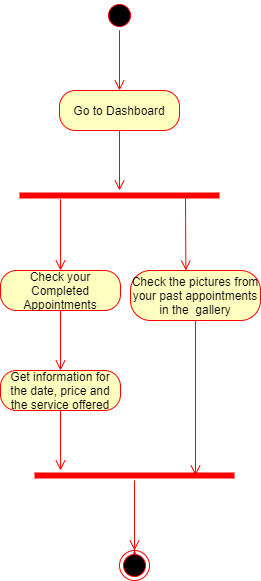
Above: Diagrams/Activity Diagrams FINAL/AC_27-30_View Completed Appointments, Client Gallery.png in kkasharaj17/SE-project (draw.io), before the change. Source tidied: cells renumbered, new cells last; positions are measured from the earlier drawing's top-left corner, leaving out a move shared by most shapes.
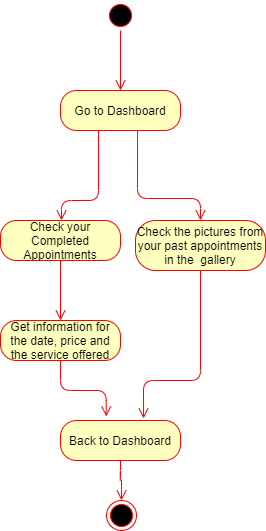
After the change.

What changed in the source:
```diff
@@ -13,62 +13,59 @@
     <mxCell id="4" value="Go to Dashboard" style="rounded=1;whiteSpace=wrap;html=1;arcSize=40;fontColor=#000000;fillColor=#ffffc0;strokeColor=#ff0000;" parent="1" vertex="1">
       <mxGeometry x="59" y="90" width="120" height="40" as="geometry" />
     </mxCell>
-    <mxCell id="5" style="edgeStyle=orthogonalEdgeStyle;html=1;verticalAlign=bottom;endArrow=open;endSize=8;strokeColor=#ff0000;" parent="1" edge="1" source="4">
-      <mxGeometry relative="1" as="geometry">
-        <mxPoint x="119" y="190" as="targetPoint" />
-      </mxGeometry>
-    </mxCell>
-    <mxCell id="6" style="shape=line;html=1;strokeWidth=6;strokeColor=#ff0000;" parent="1" vertex="1">
-      <mxGeometry x="19" y="190" width="200" height="10" as="geometry" />
-    </mxCell>
-    <mxCell id="7" style="edgeStyle=orthogonalEdgeStyle;html=1;verticalAlign=bottom;endArrow=open;endSize=8;strokeColor=#ff0000;exitX=0.205;exitY=0.867;exitDx=0;exitDy=0;exitPerimeter=0;" parent="1" edge="1" source="6">
+    <mxCell id="7" style="edgeStyle=orthogonalEdgeStyle;html=1;verticalAlign=bottom;endArrow=open;endSize=8;strokeColor=#ff0000;" parent="1" edge="1">
       <mxGeometry relative="1" as="geometry">
-        <mxPoint x="60" y="270" as="targetPoint" />
+        <mxPoint x="97" y="130" as="sourcePoint" />
+        <mxPoint x="60" y="220" as="targetPoint" />
+        <Array as="points">
+          <mxPoint x="97" y="200" />
+          <mxPoint x="60" y="200" />
+        </Array>
       </mxGeometry>
     </mxCell>
-    <mxCell id="8" style="edgeStyle=orthogonalEdgeStyle;html=1;verticalAlign=bottom;endArrow=open;endSize=8;strokeColor=#ff0000;entryX=0.426;entryY=0;entryDx=0;entryDy=0;entryPerimeter=0;" parent="1" edge="1" target="11">
+    <mxCell id="8" style="edgeStyle=orthogonalEdgeStyle;html=1;verticalAlign=bottom;endArrow=open;endSize=8;strokeColor=#ff0000;entryX=0.5;entryY=0;entryDx=0;entryDy=0;exitX=0.642;exitY=1.017;exitDx=0;exitDy=0;exitPerimeter=0;" parent="1" edge="1" source="4" target="11">
       <mxGeometry relative="1" as="geometry">
-        <mxPoint x="185" y="198" as="sourcePoint" />
         <Array as="points">
-          <mxPoint x="185" y="198" />
+          <mxPoint x="136" y="198" />
+          <mxPoint x="199" y="198" />
         </Array>
       </mxGeometry>
     </mxCell>
     <mxCell id="9" value="Check your Completed Appointments" style="rounded=1;whiteSpace=wrap;html=1;arcSize=40;fontColor=#000000;fillColor=#ffffc0;strokeColor=#ff0000;" parent="1" vertex="1">
-      <mxGeometry y="270" width="120" height="40" as="geometry" />
+      <mxGeometry x="-1" y="220" width="120" height="40" as="geometry" />
     </mxCell>
-    <mxCell id="10" style="edgeStyle=orthogonalEdgeStyle;html=1;verticalAlign=bottom;endArrow=open;endSize=8;strokeColor=#ff0000;" parent="1" edge="1" source="9">
-      <mxGeometry relative="1" as="geometry">
-        <mxPoint x="60" y="370" as="targetPoint" />
-      </mxGeometry>
-    </mxCell>
     <mxCell id="11" value="Check the pictures from your past appointments in the&amp;nbsp; gallery" style="rounded=1;whiteSpace=wrap;html=1;arcSize=40;fontColor=#000000;fillColor=#ffffc0;strokeColor=#ff0000;" parent="1" vertex="1">
-      <mxGeometry x="130" y="270" width="130" height="50" as="geometry" />
+      <mxGeometry x="134" y="220" width="130" height="50" as="geometry" />
     </mxCell>
-    <mxCell id="12" style="edgeStyle=orthogonalEdgeStyle;html=1;verticalAlign=bottom;endArrow=open;endSize=8;strokeColor=#ff0000;entryX=0.805;entryY=0.5;entryDx=0;entryDy=0;entryPerimeter=0;" parent="1" edge="1" source="11" target="15">
-      <mxGeometry relative="1" as="geometry" />
+    <mxCell id="12" style="edgeStyle=orthogonalEdgeStyle;html=1;verticalAlign=bottom;endArrow=open;endSize=8;strokeColor=#ff0000;entryX=0.692;entryY=-0.05;entryDx=0;entryDy=0;entryPerimeter=0;" parent="1" edge="1" source="11" target="20">
+      <mxGeometry relative="1" as="geometry">
+        <Array as="points">
+          <mxPoint x="199" y="380" />
+          <mxPoint x="142" y="380" />
+        </Array>
+      </mxGeometry>
     </mxCell>
+    <mxCell id="14" style="edgeStyle=orthogonalEdgeStyle;html=1;verticalAlign=bottom;endArrow=open;endSize=8;strokeColor=#ff0000;entryX=0.381;entryY=-0.1;entryDx=0;entryDy=0;entryPerimeter=0;" parent="1" edge="1" source="13" target="20">
+      <mxGeometry relative="1" as="geometry" />
+    </mxCell>
+    <mxCell id="17" style="ellipse;html=1;shape=endState;fillColor=#000000;strokeColor=#ff0000;" parent="1" vertex="1">
+      <mxGeometry x="105" y="500" width="30" height="30" as="geometry" />
+    </mxCell>
     <mxCell id="13" value="Get information for the date, price and the service offered" style="rounded=1;whiteSpace=wrap;html=1;arcSize=40;fontColor=#000000;fillColor=#ffffc0;strokeColor=#ff0000;" parent="1" vertex="1">
-      <mxGeometry y="370" width="120" height="40" as="geometry" />
+      <mxGeometry x="-1" y="320" width="120" height="40" as="geometry" />
     </mxCell>
-    <mxCell id="14" style="edgeStyle=orthogonalEdgeStyle;html=1;verticalAlign=bottom;endArrow=open;endSize=8;strokeColor=#ff0000;" parent="1" edge="1" source="13">
-      <mxGeometry relative="1" as="geometry">
-        <mxPoint x="60" y="470" as="targetPoint" />
-      </mxGeometry>
-    </mxCell>
-    <mxCell id="15" style="shape=line;html=1;strokeWidth=6;strokeColor=#ff0000;" parent="1" vertex="1">
-      <mxGeometry x="34" y="470" width="200" height="10" as="geometry" />
-    </mxCell>
-    <mxCell id="16" style="edgeStyle=orthogonalEdgeStyle;html=1;verticalAlign=bottom;endArrow=open;endSize=8;strokeColor=#ff0000;" parent="1" edge="1" source="17">
-      <mxGeometry relative="1" as="geometry">
-        <mxPoint x="134" y="550" as="targetPoint" />
-      </mxGeometry>
-    </mxCell>
-    <mxCell id="17" style="ellipse;html=1;shape=endState;fillColor=#000000;strokeColor=#ff0000;" parent="1" vertex="1">
-      <mxGeometry x="119" y="550" width="30" height="30" as="geometry" />
-    </mxCell>
-    <mxCell id="18" style="edgeStyle=orthogonalEdgeStyle;html=1;verticalAlign=bottom;endArrow=open;endSize=8;strokeColor=#ff0000;" parent="1" edge="1" source="15" target="17">
-      <mxGeometry relative="1" as="geometry" />
-    </mxCell>
+    <mxCell id="19" style="edgeStyle=orthogonalEdgeStyle;html=1;verticalAlign=bottom;endArrow=open;endSize=8;strokeColor=#ff0000;" parent="1" edge="1" source="9">
+      <mxGeometry relative="1" as="geometry">
+        <mxPoint x="59" y="320" as="targetPoint" />
+      </mxGeometry>
+    </mxCell>
+    <mxCell id="20" value="Back to Dashboard" style="rounded=1;whiteSpace=wrap;html=1;arcSize=40;fontColor=#000000;fillColor=#ffffc0;strokeColor=#ff0000;" parent="1" vertex="1">
+      <mxGeometry x="59" y="420" width="120" height="40" as="geometry" />
+    </mxCell>
+    <mxCell id="21" style="edgeStyle=orthogonalEdgeStyle;html=1;verticalAlign=bottom;endArrow=open;endSize=8;strokeColor=#ff0000;" parent="1" edge="1" source="20">
+      <mxGeometry relative="1" as="geometry">
+        <mxPoint x="120" y="500" as="targetPoint" />
+      </mxGeometry>
+    </mxCell>
   </root>
 </mxGraphModel>
```
